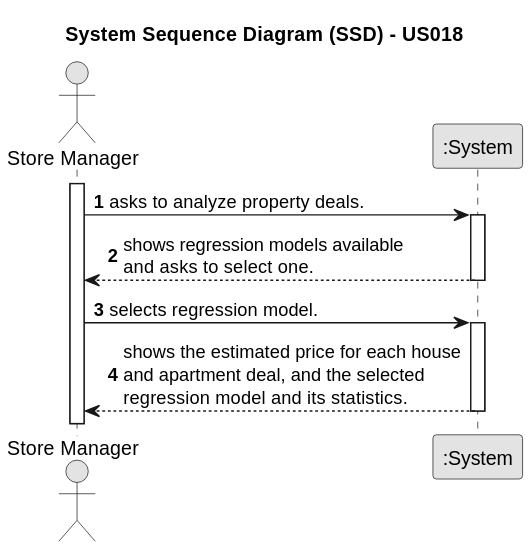
The PlantUML diagram docs/sprintD/us018/01.requirements-engineering/svg/us018-system-sequence-diagram.svg in rita-barbosa/LAPR2-2223, before a commit.
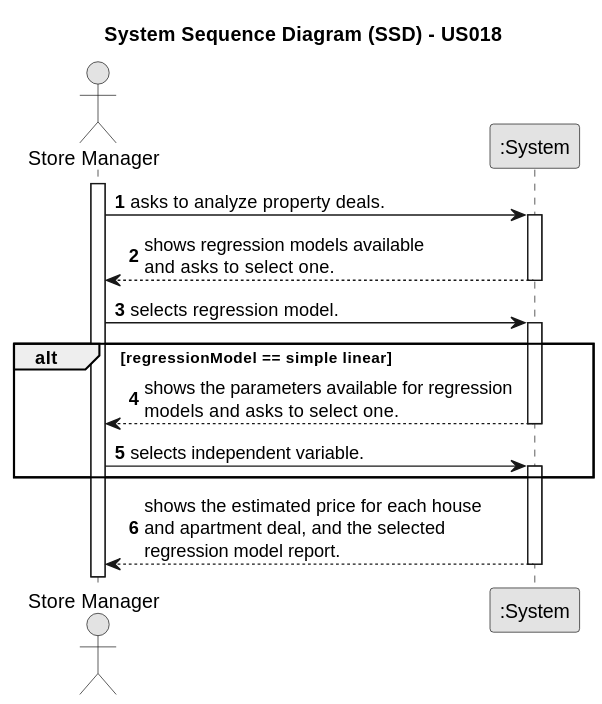
Later version of the same file.

Commit message:
Update sequence & class diagram [US018][Implementation]

Change to the diagram source:
```diff
@@ -21,7 +21,13 @@
     Employee -> System : selects regression model.
     activate System
 
+    alt regressionModel == simple linear
+        System --> Employee:  shows the parameters available for regression \nmodels and asks to select one.
+         deactivate System
+        Employee -> System: selects independent variable.
+        activate System
+    end alt
 
-    System --> Employee : shows the estimated price for each house\nand apartment deal, and the selected \nregression model and its statistics.
+    System --> Employee : shows the estimated price for each house\nand apartment deal, and the selected \nregression model report.
     deactivate System
 @enduml
```
